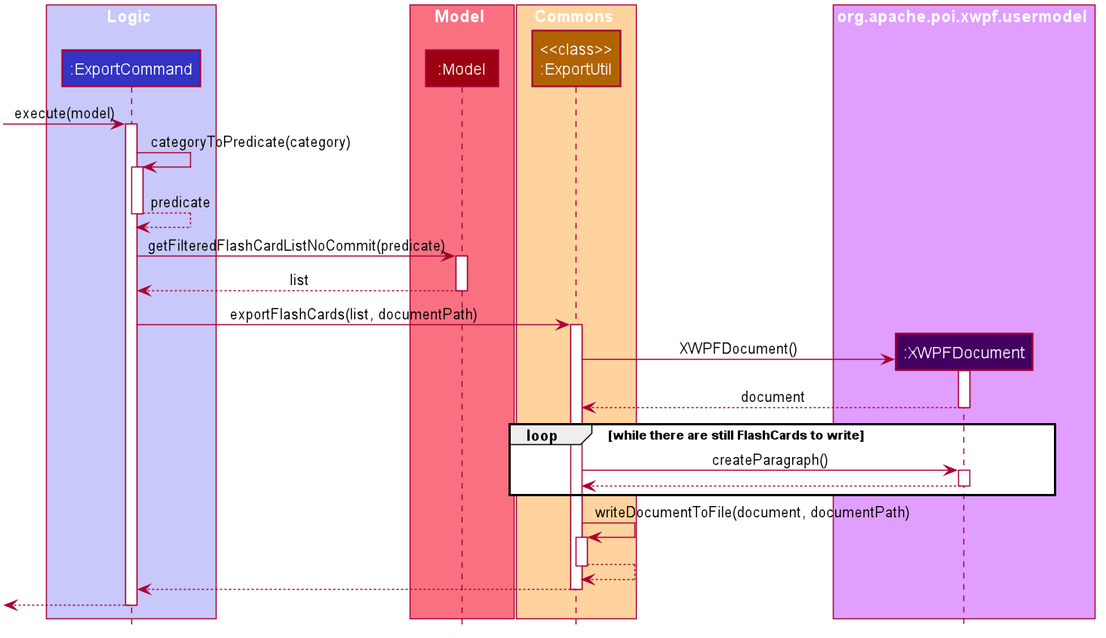
The PlantUML diagram docs/images/ExportSequenceDiagram.png in nus-cs2103-AY1920S1/addressbook-level3, before a commit.
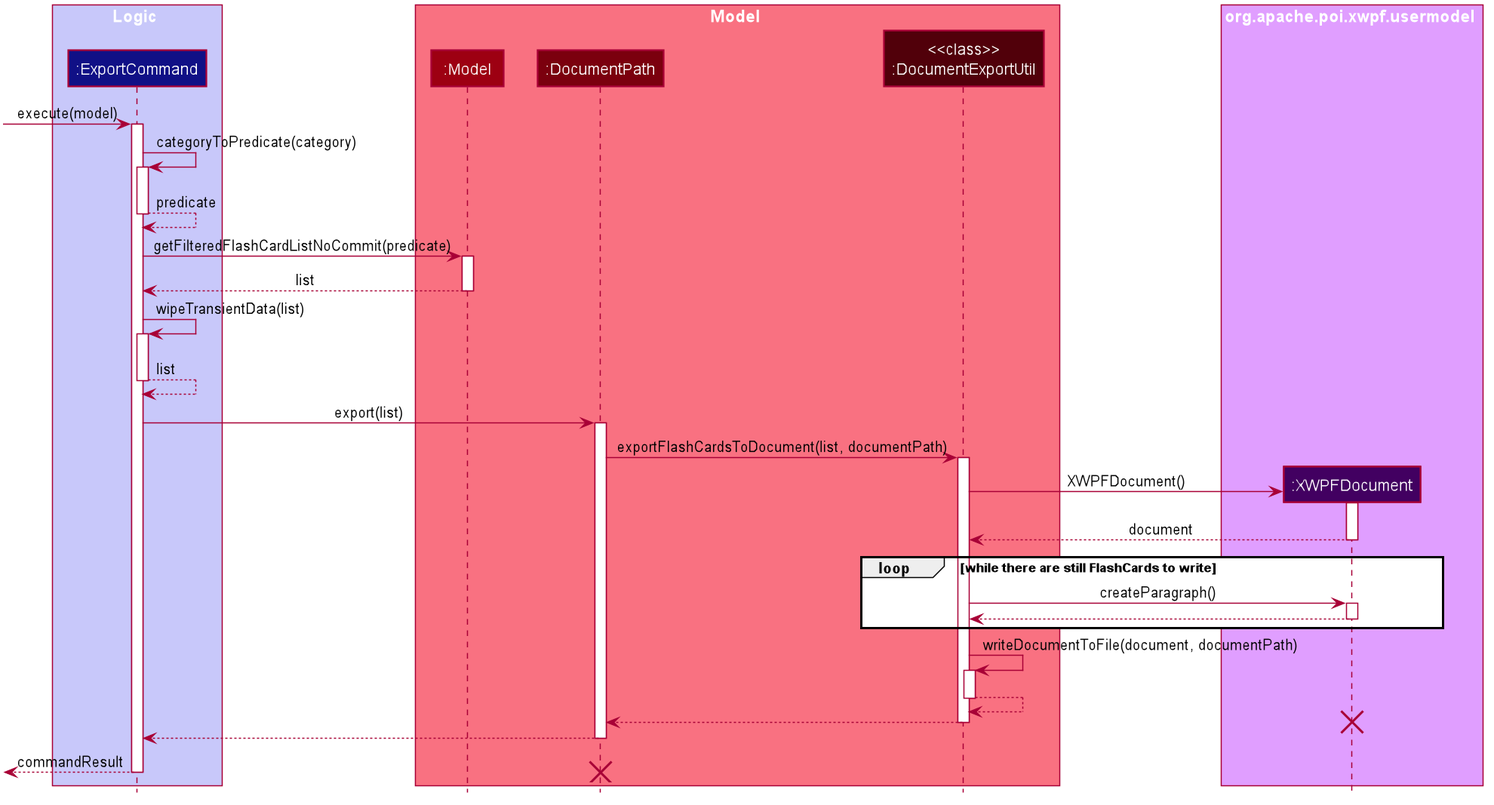
Later version of the same file.

Commit message:
Update Export sequence diagram

Diff of the diagram source:
```diff
@@ -51,15 +51,13 @@
 hide circle
 
 box Logic #C8C8FA
-participant ":ExportCommand" as ExportCommand #3333C4
+participant ":ExportCommand" as ExportCommand #101086
 end box
 
 box Model #F97181
 participant ":Model" as Model #9D0012
-end box
-
-box Commons #ffd39e
-participant "<<class>>\n:ExportUtil" as ExportUtil #b06300
+participant ":DocumentPath" as DocumentPath #7B000E
+participant "<<class>>\n:DocumentExportUtil" as DocumentExportUtil #51000A
 end box
 
 box org.apache.poi.xwpf.usermodel #e09eff
@@ -79,33 +77,47 @@
 ExportCommand <-- Model : list
 deactivate Model
 
-ExportCommand -> ExportUtil : exportFlashCards(list, documentPath)
-activate ExportUtil
+ExportCommand -> ExportCommand : wipeTransientData(list)
+activate ExportCommand
+ExportCommand <-- ExportCommand : list
+deactivate ExportCommand
+
+ExportCommand -> DocumentPath : export(list)
+activate DocumentPath
+
+DocumentPath -> DocumentExportUtil : exportFlashCardsToDocument(list, documentPath)
+activate DocumentExportUtil
 
 create XWPFDocument
-ExportUtil -> XWPFDocument : XWPFDocument()
+DocumentExportUtil -> XWPFDocument : XWPFDocument()
 activate XWPFDocument
 
-ExportUtil <-- XWPFDocument : document
+DocumentExportUtil <-- XWPFDocument : document
 deactivate XWPFDocument
 
 loop while there are still FlashCards to write
-    ExportUtil -> XWPFDocument : createParagraph()
+    DocumentExportUtil -> XWPFDocument : createParagraph()
     activate XWPFDocument
 
-    ExportUtil <-- XWPFDocument
+    DocumentExportUtil <-- XWPFDocument
     deactivate XWPFDocument
 end
 
-ExportUtil -> ExportUtil : writeDocumentToFile(document, documentPath)
-activate ExportUtil
+DocumentExportUtil -> DocumentExportUtil : writeDocumentToFile(document, documentPath)
+activate DocumentExportUtil
 
-ExportUtil <-- ExportUtil
-deactivate ExportUtil
+DocumentExportUtil <-- DocumentExportUtil
+deactivate DocumentExportUtil
 
-ExportCommand <-- ExportUtil
-deactivate ExportUtil
+DocumentPath <-- DocumentExportUtil
+deactivate DocumentExportUtil
+destroy XWPFDocument
 
-[<--ExportCommand
+ExportCommand <-- DocumentPath
+deactivate DocumentPath
+
+[<-- ExportCommand : commandResult
 deactivate ExportCommand
+destroy DocumentPath
+
 @enduml
```
